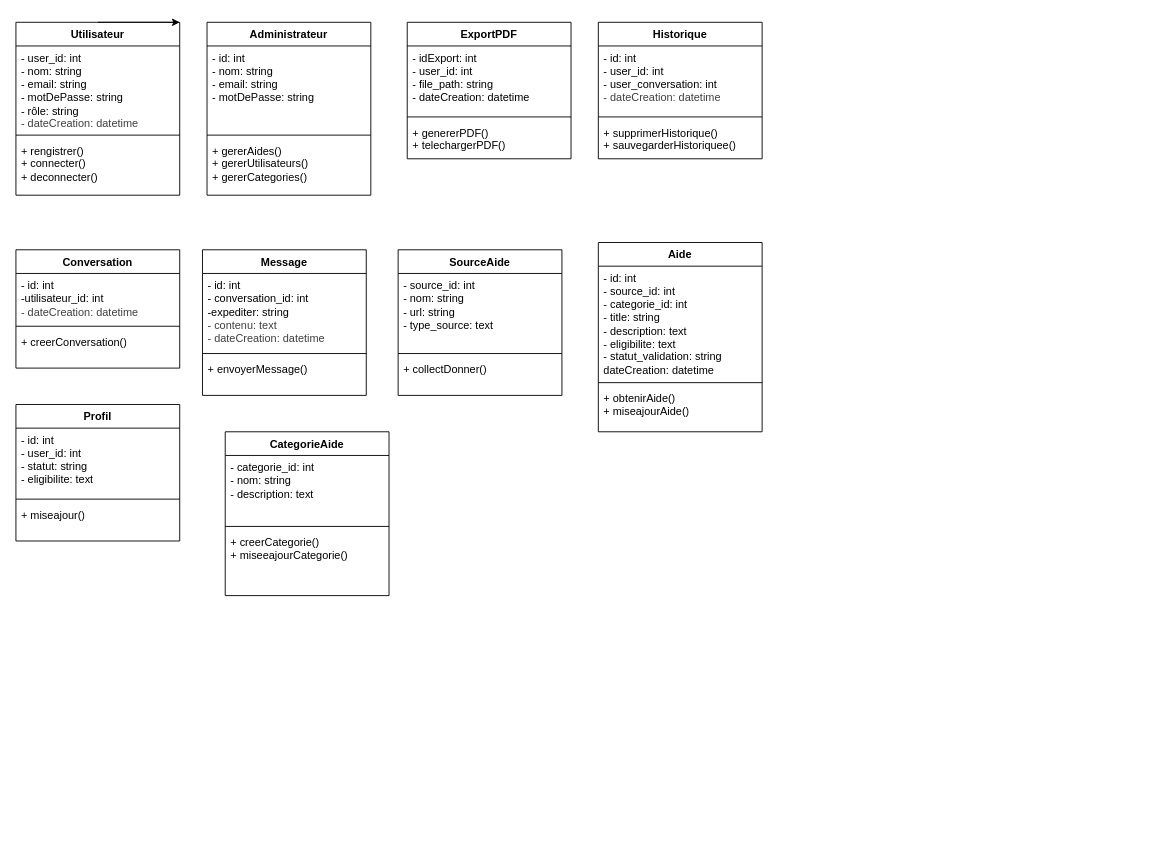
The draw.io diagram docs/uml/diagramClass.drawio in ISSAD-Dembele/AidFinder, before the edit. Source tidied: cells renumbered, new cells numbered last; positions are measured from the earlier drawing's top-left corner, leaving out a move shared by most shapes. Both pictures are drawn from the tidied source at 91%, with x=0, y=0 at pixel (15, 22).
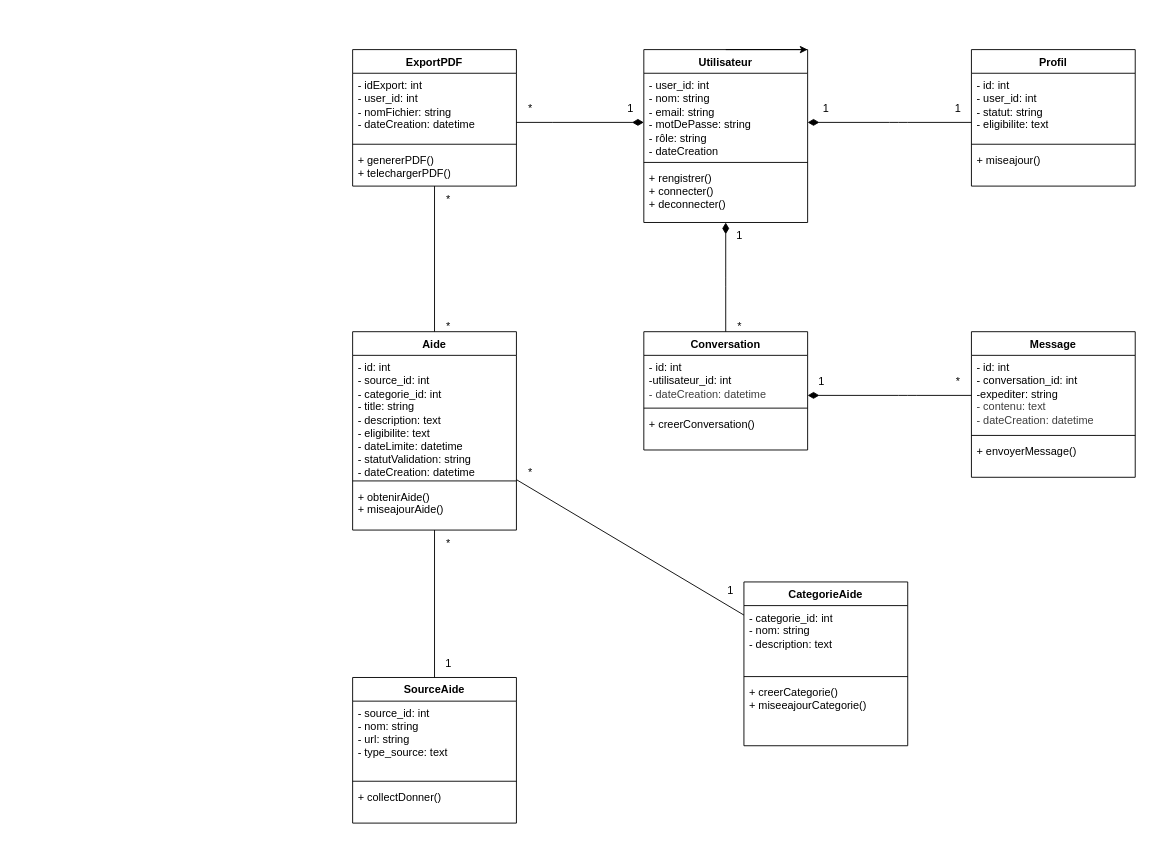
The same page after the edit.

Commit message (it also covers changes not shown here):
La mise en place de stack technique actuellement toute les dependances ont ete mis en place et le diagramme de classe et cas d'utilisation ont ete mise a jour

The edit, as a diff of the source:
```diff
@@
     <mxCell id="2" value="Utilisateur" style="swimlane;fontStyle=1;align=center;verticalAlign=top;horizontal=1;startSize=26;whiteSpace=wrap;html=1;" parent="1" vertex="1">
-      <mxGeometry width="180" height="190" as="geometry" />
+      <mxGeometry x="690" y="30" width="180" height="190" as="geometry" />
     </mxCell>
-    <mxCell id="3" value="- user_id: int&lt;div&gt;- nom: string&lt;/div&gt;&lt;div&gt;- email: string&lt;/div&gt;&lt;div&gt;- motDePasse: string&lt;/div&gt;&lt;div&gt;- rôle: string&lt;/div&gt;&lt;div&gt;&lt;span style=&quot;color: rgb(63, 63, 63);&quot;&gt;- dateCreation: datetime&lt;/span&gt;&lt;/div&gt;" style="text;strokeColor=none;fillColor=none;align=left;verticalAlign=top;spacingLeft=4;spacingRight=4;overflow=hidden;whiteSpace=wrap;html=1;" parent="2" vertex="1">
+    <mxCell id="3" value="- user_id: int&lt;div&gt;- nom: string&lt;/div&gt;&lt;div&gt;- email: string&lt;/div&gt;&lt;div&gt;- motDePasse: string&lt;/div&gt;&lt;div&gt;- rôle: string&lt;/div&gt;&lt;div&gt;- dateCreation&lt;/div&gt;" style="text;strokeColor=none;fillColor=none;align=left;verticalAlign=top;spacingLeft=4;spacingRight=4;overflow=hidden;whiteSpace=wrap;html=1;" parent="2" vertex="1">
       <mxGeometry y="26" width="180" height="94" as="geometry" />
     </mxCell>
@@
     <mxCell id="6" value="Conversation" style="swimlane;fontStyle=1;align=center;verticalAlign=top;horizontal=1;startSize=26;whiteSpace=wrap;html=1;" parent="1" vertex="1">
-      <mxGeometry y="250" width="180" height="130" as="geometry" />
+      <mxGeometry x="690" y="340" width="180" height="130" as="geometry" />
     </mxCell>
@@
-    <mxCell id="10" value="Historique" style="swimlane;fontStyle=1;align=center;verticalAlign=top;horizontal=1;startSize=26;whiteSpace=wrap;html=1;" parent="1" vertex="1">
-      <mxGeometry x="640" width="180" height="150" as="geometry" />
-    </mxCell>
-    <mxCell id="11" value="- id: int&lt;div&gt;- user_id: int&lt;/div&gt;&lt;div&gt;- user_conversation: int&lt;/div&gt;&lt;div&gt;&lt;span style=&quot;color: rgb(63, 63, 63);&quot;&gt;- dateCreation: datetime&lt;/span&gt;&lt;/div&gt;" style="text;strokeColor=none;fillColor=none;align=left;verticalAlign=top;spacingLeft=4;spacingRight=4;overflow=hidden;whiteSpace=wrap;html=1;" parent="10" vertex="1">
-      <mxGeometry y="26" width="180" height="74" as="geometry" />
-    </mxCell>
-    <mxCell id="12" style="line;strokeWidth=1;fillColor=none;align=left;verticalAlign=middle;spacingTop=-1;spacingLeft=3;spacingRight=3;labelPosition=right;strokeColor=inherit;" parent="10" vertex="1">
-      <mxGeometry y="100" width="180" height="8" as="geometry" />
-    </mxCell>
-    <mxCell id="13" value="+ supprimerHistorique()&lt;div&gt;+ sauvegarderHistoriquee()&lt;/div&gt;" style="text;strokeColor=none;fillColor=none;align=left;verticalAlign=top;spacingLeft=4;spacingRight=4;overflow=hidden;whiteSpace=wrap;html=1;" parent="10" vertex="1">
-      <mxGeometry y="108" width="180" height="42" as="geometry" />
-    </mxCell>
     <mxCell id="14" value="ExportPDF" style="swimlane;fontStyle=1;align=center;verticalAlign=top;horizontal=1;startSize=26;whiteSpace=wrap;html=1;" parent="1" vertex="1">
-      <mxGeometry x="430" width="180" height="150" as="geometry" />
+      <mxGeometry x="370" y="30" width="180" height="150" as="geometry" />
     </mxCell>
-    <mxCell id="15" value="- idExport: int&lt;div&gt;- user_id: int&lt;/div&gt;&lt;div&gt;- file_path: string&lt;/div&gt;&lt;div&gt;&lt;span style=&quot;background-color: transparent;&quot;&gt;- dateCreation: datetime&lt;/span&gt;&lt;/div&gt;" style="text;strokeColor=none;fillColor=none;align=left;verticalAlign=top;spacingLeft=4;spacingRight=4;overflow=hidden;whiteSpace=wrap;html=1;" parent="14" vertex="1">
+    <mxCell id="15" value="- idExport: int&lt;div&gt;- user_id: int&lt;/div&gt;&lt;div&gt;- nomFichier: string&lt;/div&gt;&lt;div&gt;&lt;span style=&quot;background-color: transparent;&quot;&gt;- dateCreation: datetime&lt;/span&gt;&lt;/div&gt;" style="text;strokeColor=none;fillColor=none;align=left;verticalAlign=top;spacingLeft=4;spacingRight=4;overflow=hidden;whiteSpace=wrap;html=1;" parent="14" vertex="1">
       <mxGeometry y="26" width="180" height="74" as="geometry" />
     </mxCell>
@@
     <mxCell id="18" value="Profil" style="swimlane;fontStyle=1;align=center;verticalAlign=top;horizontal=1;startSize=26;whiteSpace=wrap;html=1;" parent="1" vertex="1">
-      <mxGeometry y="420" width="180" height="150" as="geometry" />
+      <mxGeometry x="1050" y="30" width="180" height="150" as="geometry" />
     </mxCell>
@@
-    <mxCell id="23" value="Administrateur" style="swimlane;fontStyle=1;align=center;verticalAlign=top;horizontal=1;startSize=26;whiteSpace=wrap;html=1;" parent="1" vertex="1">
-      <mxGeometry x="210" width="180" height="190" as="geometry" />
-    </mxCell>
-    <mxCell id="24" value="- id: int&lt;div&gt;- nom: string&lt;/div&gt;&lt;div&gt;- email: string&lt;/div&gt;&lt;div&gt;- motDePasse: string&lt;/div&gt;" style="text;strokeColor=none;fillColor=none;align=left;verticalAlign=top;spacingLeft=4;spacingRight=4;overflow=hidden;whiteSpace=wrap;html=1;" parent="23" vertex="1">
-      <mxGeometry y="26" width="180" height="94" as="geometry" />
-    </mxCell>
-    <mxCell id="25" style="line;strokeWidth=1;fillColor=none;align=left;verticalAlign=middle;spacingTop=-1;spacingLeft=3;spacingRight=3;labelPosition=right;strokeColor=inherit;" parent="23" vertex="1">
-      <mxGeometry y="120" width="180" height="8" as="geometry" />
-    </mxCell>
-    <mxCell id="26" value="+ gererAides()&lt;div&gt;+ gererUtilisateurs()&lt;/div&gt;&lt;div&gt;+ gererCategories()&lt;/div&gt;" style="text;strokeColor=none;fillColor=none;align=left;verticalAlign=top;spacingLeft=4;spacingRight=4;overflow=hidden;whiteSpace=wrap;html=1;" parent="23" vertex="1">
-      <mxGeometry y="128" width="180" height="62" as="geometry" />
-    </mxCell>
     <mxCell id="27" value="SourceAide" style="swimlane;fontStyle=1;align=center;verticalAlign=top;horizontal=1;startSize=26;whiteSpace=wrap;html=1;" parent="1" vertex="1">
-      <mxGeometry x="420" y="250" width="180" height="160" as="geometry" />
+      <mxGeometry x="370" y="720" width="180" height="160" as="geometry" />
     </mxCell>
@@
     <mxCell id="31" value="Message" style="swimlane;fontStyle=1;align=center;verticalAlign=top;horizontal=1;startSize=26;whiteSpace=wrap;html=1;" parent="1" vertex="1">
-      <mxGeometry x="205" y="250" width="180" height="160" as="geometry" />
+      <mxGeometry x="1050" y="340" width="180" height="160" as="geometry" />
     </mxCell>
@@
     <mxCell id="35" value="CategorieAide" style="swimlane;fontStyle=1;align=center;verticalAlign=top;horizontal=1;startSize=26;whiteSpace=wrap;html=1;" parent="1" vertex="1">
-      <mxGeometry x="230" y="450" width="180" height="180" as="geometry" />
+      <mxGeometry x="800" y="615" width="180" height="180" as="geometry" />
     </mxCell>
@@
     <mxCell id="39" value="Aide" style="swimlane;fontStyle=1;align=center;verticalAlign=top;horizontal=1;startSize=26;whiteSpace=wrap;html=1;" parent="1" vertex="1">
-      <mxGeometry x="640" y="242" width="180" height="208" as="geometry" />
+      <mxGeometry x="370" y="340" width="180" height="218" as="geometry" />
     </mxCell>
-    <mxCell id="40" value="- id: int&lt;div&gt;- source_id: int&lt;/div&gt;&lt;div&gt;- categorie_id: int&lt;/div&gt;&lt;div&gt;- title: string&lt;/div&gt;&lt;div&gt;- description: text&lt;/div&gt;&lt;div&gt;- eligibilite: text&lt;/div&gt;&lt;div&gt;- statut_validation: string&lt;/div&gt;&lt;div&gt;dateCreation: datetime&lt;/div&gt;" style="text;strokeColor=none;fillColor=none;align=left;verticalAlign=top;spacingLeft=4;spacingRight=4;overflow=hidden;whiteSpace=wrap;html=1;" parent="39" vertex="1">
-      <mxGeometry y="26" width="180" height="124" as="geometry" />
+    <mxCell id="40" value="- id: int&lt;div&gt;- source_id: int&lt;/div&gt;&lt;div&gt;- categorie_id: int&lt;/div&gt;&lt;div&gt;- title: string&lt;/div&gt;&lt;div&gt;- description: text&lt;/div&gt;&lt;div&gt;- eligibilite: text&lt;/div&gt;&lt;div&gt;- dateLimite: datetime&lt;/div&gt;&lt;div&gt;- statutValidation: string&lt;/div&gt;&lt;div&gt;- dateCreation: datetime&lt;/div&gt;" style="text;strokeColor=none;fillColor=none;align=left;verticalAlign=top;spacingLeft=4;spacingRight=4;overflow=hidden;whiteSpace=wrap;html=1;" parent="39" vertex="1">
+      <mxGeometry y="26" width="180" height="134" as="geometry" />
     </mxCell>
     <mxCell id="41" style="line;strokeWidth=1;fillColor=none;align=left;verticalAlign=middle;spacingTop=-1;spacingLeft=3;spacingRight=3;labelPosition=right;strokeColor=inherit;" parent="39" vertex="1">
-      <mxGeometry y="150" width="180" height="8" as="geometry" />
+      <mxGeometry y="160" width="180" height="8" as="geometry" />
     </mxCell>
     <mxCell id="42" value="+ obtenirAide()&lt;div&gt;+ miseajourAide()&lt;/div&gt;" style="text;strokeColor=none;fillColor=none;align=left;verticalAlign=top;spacingLeft=4;spacingRight=4;overflow=hidden;whiteSpace=wrap;html=1;" parent="39" vertex="1">
-      <mxGeometry y="158" width="180" height="50" as="geometry" />
+      <mxGeometry y="168" width="180" height="50" as="geometry" />
     </mxCell>
+    <mxCell id="43" style="html=1;startArrow=diamondThin;startFill=1;edgeStyle=elbowEdgeStyle;elbow=vertical;startSize=10;endArrow=none;endFill=0;" parent="1" edge="1" source="2" target="18">
+      <mxGeometry relative="1" as="geometry">
+        <Array as="points">
+          <mxPoint x="970" y="110" />
+        </Array>
+      </mxGeometry>
+    </mxCell>
+    <mxCell id="44" value="1" style="text;html=1;align=center;verticalAlign=middle;strokeColor=none;fillColor=none;" parent="1" vertex="1">
+      <mxGeometry x="875" y="80" width="30" height="30" as="geometry" />
+    </mxCell>
+    <mxCell id="45" value="1" style="text;html=1;align=center;verticalAlign=middle;strokeColor=none;fillColor=none;" parent="1" vertex="1">
+      <mxGeometry x="1020" y="80" width="30" height="30" as="geometry" />
+    </mxCell>
+    <mxCell id="46" style="html=1;startArrow=diamondThin;startFill=1;edgeStyle=elbowEdgeStyle;elbow=vertical;startSize=10;endArrow=none;endFill=0;" parent="1" edge="1" source="2" target="6">
+      <mxGeometry relative="1" as="geometry">
+        <Array as="points">
+          <mxPoint x="780" y="280" />
+          <mxPoint x="760" y="250" />
+        </Array>
+      </mxGeometry>
+    </mxCell>
+    <mxCell id="47" value="1" style="text;html=1;align=center;verticalAlign=middle;strokeColor=none;fillColor=none;" parent="1" vertex="1">
+      <mxGeometry x="780" y="220" width="30" height="30" as="geometry" />
+    </mxCell>
+    <mxCell id="48" value="*" style="text;html=1;align=center;verticalAlign=middle;strokeColor=none;fillColor=none;" parent="1" vertex="1">
+      <mxGeometry x="780" y="320" width="30" height="30" as="geometry" />
+    </mxCell>
+    <mxCell id="49" style="html=1;startArrow=diamondThin;startFill=1;edgeStyle=elbowEdgeStyle;elbow=vertical;startSize=10;endArrow=none;endFill=0;" parent="1" edge="1" source="6" target="31">
+      <mxGeometry relative="1" as="geometry">
+        <Array as="points">
+          <mxPoint x="980" y="410" />
+        </Array>
+      </mxGeometry>
+    </mxCell>
+    <mxCell id="50" value="1" style="text;html=1;align=center;verticalAlign=middle;strokeColor=none;fillColor=none;" parent="1" vertex="1">
+      <mxGeometry x="870" y="380" width="30" height="30" as="geometry" />
+    </mxCell>
+    <mxCell id="51" value="*" style="text;html=1;align=center;verticalAlign=middle;strokeColor=none;fillColor=none;" parent="1" vertex="1">
+      <mxGeometry x="1020" y="380" width="30" height="30" as="geometry" />
+    </mxCell>
+    <mxCell id="52" style="html=1;startArrow=diamondThin;startFill=1;edgeStyle=elbowEdgeStyle;elbow=vertical;startSize=10;endArrow=none;endFill=0;" parent="1" edge="1" target="14">
+      <mxGeometry relative="1" as="geometry">
+        <mxPoint x="690" y="110" as="sourcePoint" />
+        <Array as="points">
+          <mxPoint x="600" y="110" />
+        </Array>
+      </mxGeometry>
+    </mxCell>
+    <mxCell id="53" value="1" style="text;html=1;align=center;verticalAlign=middle;strokeColor=none;fillColor=none;" parent="1" vertex="1">
+      <mxGeometry x="660" y="80" width="30" height="30" as="geometry" />
+    </mxCell>
+    <mxCell id="54" value="*" style="text;html=1;align=center;verticalAlign=middle;strokeColor=none;fillColor=none;" parent="1" vertex="1">
+      <mxGeometry x="550" y="80" width="30" height="30" as="geometry" />
+    </mxCell>
+    <mxCell id="55" style="endArrow=none;html=1;" parent="1" edge="1" source="39" target="35">
+      <mxGeometry relative="1" as="geometry" />
+    </mxCell>
+    <mxCell id="56" value="*" style="text;html=1;align=center;verticalAlign=middle;strokeColor=none;fillColor=none;" parent="1" vertex="1">
+      <mxGeometry x="550" y="480" width="30" height="30" as="geometry" />
+    </mxCell>
+    <mxCell id="57" value="1" style="text;html=1;align=center;verticalAlign=middle;strokeColor=none;fillColor=none;" parent="1" vertex="1">
+      <mxGeometry x="770" y="610" width="30" height="30" as="geometry" />
+    </mxCell>
+    <mxCell id="58" style="endArrow=none;html=1;" parent="1" edge="1" source="39" target="27">
+      <mxGeometry relative="1" as="geometry" />
+    </mxCell>
+    <mxCell id="59" value="1" style="text;html=1;align=center;verticalAlign=middle;strokeColor=none;fillColor=none;" parent="1" vertex="1">
+      <mxGeometry x="460" y="690" width="30" height="30" as="geometry" />
+    </mxCell>
+    <mxCell id="60" value="*" style="text;html=1;align=center;verticalAlign=middle;strokeColor=none;fillColor=none;" parent="1" vertex="1">
+      <mxGeometry x="460" y="558" width="30" height="30" as="geometry" />
+    </mxCell>
+    <mxCell id="61" style="endArrow=none;html=1;exitX=0.5;exitY=0;exitDx=0;exitDy=0;" parent="1" edge="1" source="39" target="14">
+      <mxGeometry relative="1" as="geometry" />
+    </mxCell>
+    <mxCell id="62" value="*" style="text;html=1;align=center;verticalAlign=middle;strokeColor=none;fillColor=none;" parent="1" vertex="1">
+      <mxGeometry x="460" y="320" width="30" height="30" as="geometry" />
+    </mxCell>
+    <mxCell id="63" value="*" style="text;html=1;align=center;verticalAlign=middle;strokeColor=none;fillColor=none;" parent="1" vertex="1">
+      <mxGeometry x="460" y="180" width="30" height="30" as="geometry" />
+    </mxCell>
```
